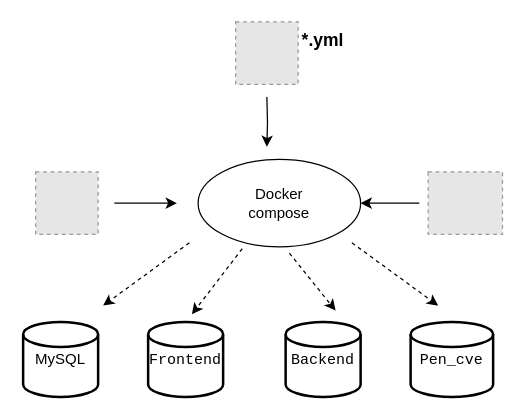
Before: 系统架构搭建.drawio in Niujieheng/GitHub_Jul, a draw.io diagram. Source tidied: cells renumbered, new cells numbered last; positions are measured from the earlier drawing's top-left corner, leaving out a move shared by most shapes. Both pictures are drawn from the tidied source at 125%, with x=0, y=0 at pixel (22, 21). Pictures stored in the file or linked from it are replaced by grey dashed boxes.
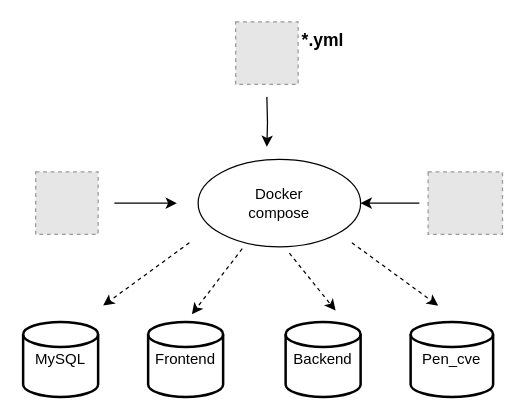
After the change.

Commit message (it also covers changes not shown here):
更新系统架构搭建.drawio

Diff of the diagram source:
```diff
@@
-    <mxCell id="14" value="&lt;code&gt;Frontend&lt;/code&gt;" style="strokeWidth=2;html=1;shape=mxgraph.flowchart.database;whiteSpace=wrap;" parent="1" vertex="1">
+    <mxCell id="14" value="&lt;code&gt;&lt;font face=&quot;Helvetica&quot;&gt;Frontend&lt;/font&gt;&lt;/code&gt;" style="strokeWidth=2;html=1;shape=mxgraph.flowchart.database;whiteSpace=wrap;" parent="1" vertex="1">
       <mxGeometry x="100" y="240" width="60" height="60" as="geometry" />
     </mxCell>
-    <mxCell id="15" value="&lt;code&gt;Backend&lt;/code&gt;" style="strokeWidth=2;html=1;shape=mxgraph.flowchart.database;whiteSpace=wrap;" parent="1" vertex="1">
+    <mxCell id="15" value="&lt;code&gt;&lt;font face=&quot;Helvetica&quot;&gt;Backend&lt;/font&gt;&lt;/code&gt;" style="strokeWidth=2;html=1;shape=mxgraph.flowchart.database;whiteSpace=wrap;" parent="1" vertex="1">
       <mxGeometry x="210" y="240" width="60" height="60" as="geometry" />
     </mxCell>
-    <mxCell id="16" value="&lt;code&gt;Pen_cve&lt;/code&gt;" style="strokeWidth=2;html=1;shape=mxgraph.flowchart.database;whiteSpace=wrap;" parent="1" vertex="1">
+    <mxCell id="16" value="&lt;code&gt;&lt;font face=&quot;Helvetica&quot;&gt;Pen_cve&lt;/font&gt;&lt;/code&gt;" style="strokeWidth=2;html=1;shape=mxgraph.flowchart.database;whiteSpace=wrap;" parent="1" vertex="1">
       <mxGeometry x="310" y="240" width="66" height="60" as="geometry" />
     </mxCell>
```
